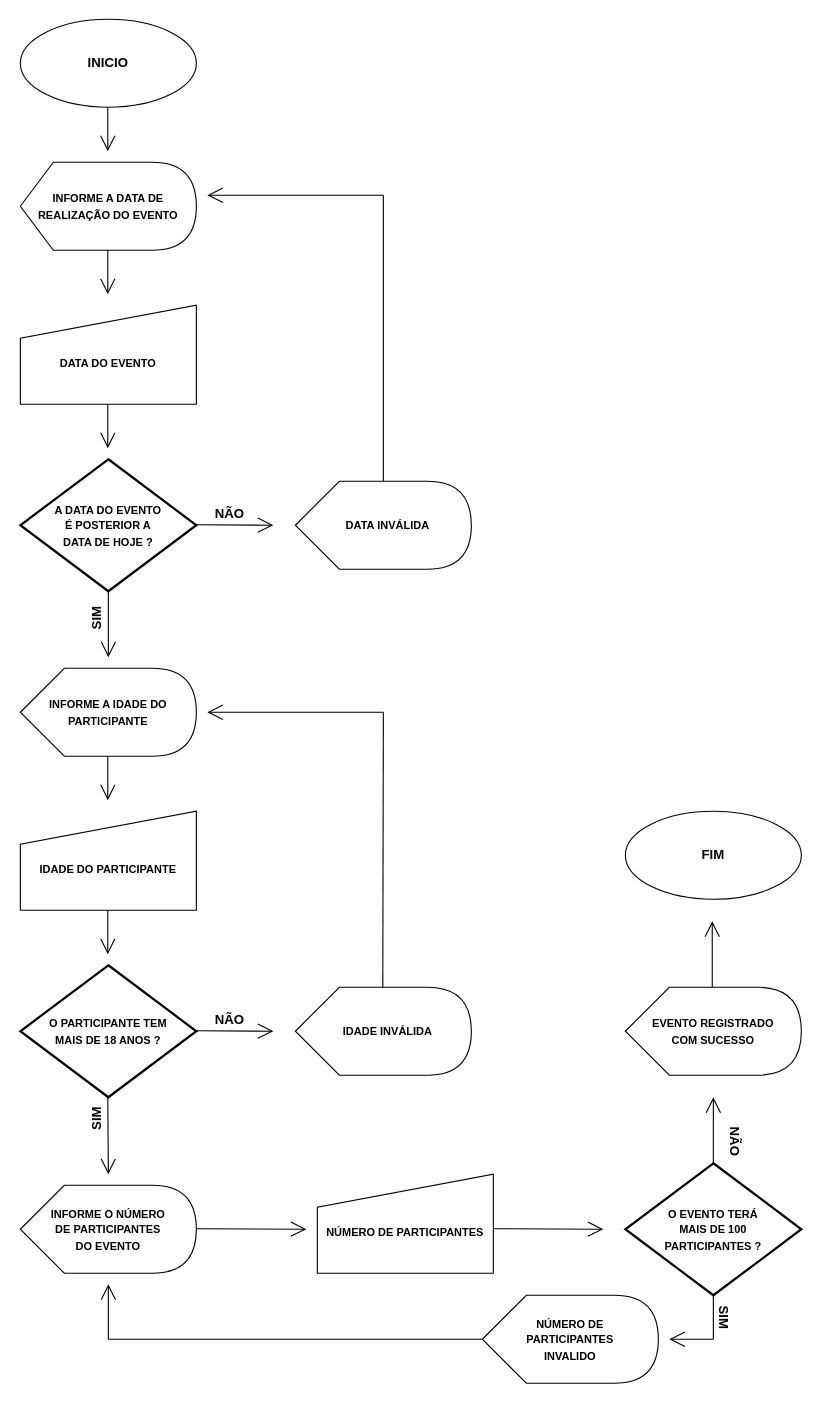
AndreDantasss/Exemplo1 keeps this draw.io diagram as Untitled Diagram.drawio. Above is the earlier version. Source tidied: cells renumbered, new cells numbered last; positions are measured from the earlier drawing's top-left corner, leaving out a move shared by most shapes. Both pictures are drawn from the tidied source at 110%, with x=0, y=0 at pixel (20, 19).
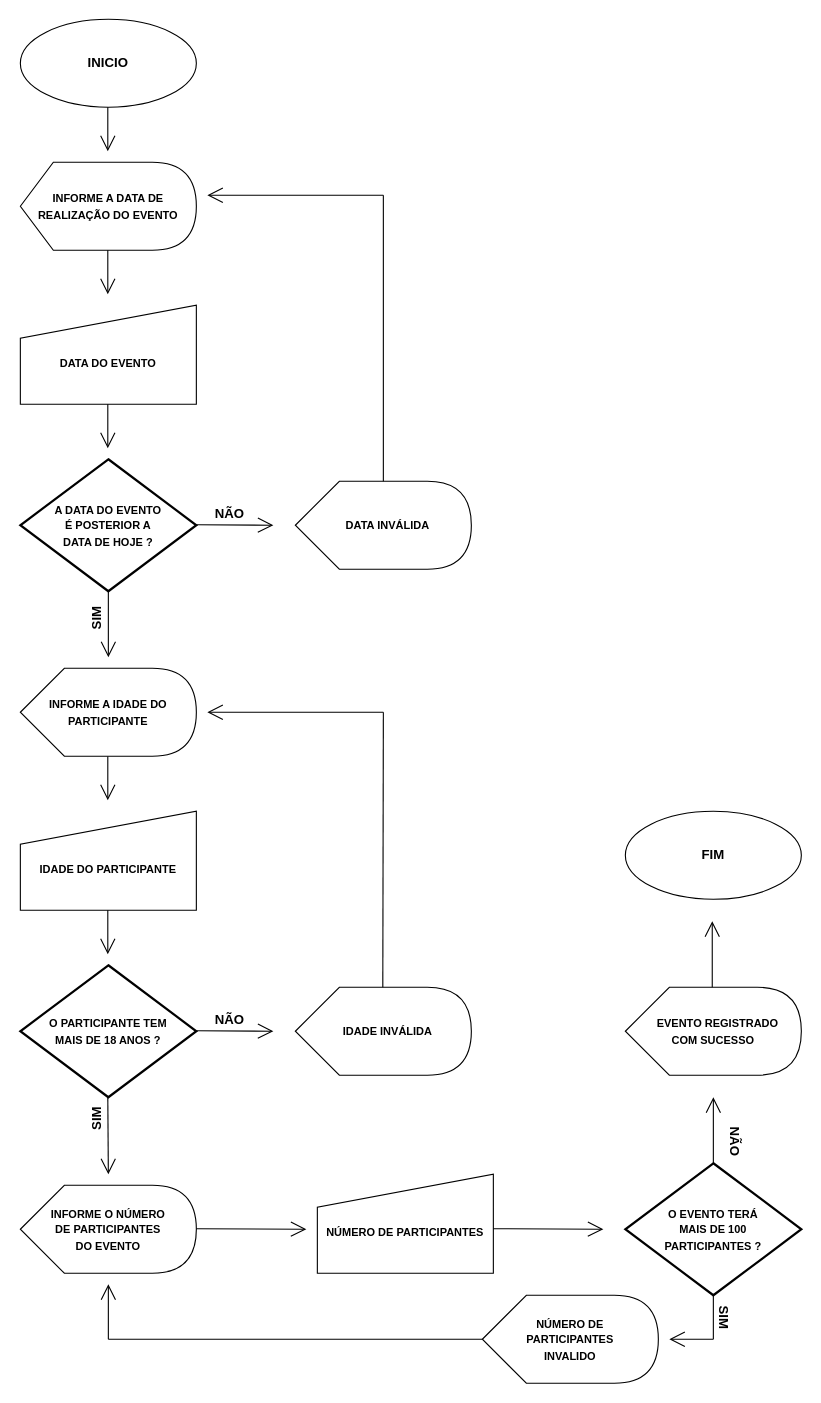
The same diagram, later.

What changed in the source:
```diff
@@
-    <mxCell id="41" value="&lt;b&gt;&lt;font style=&quot;font-size: 10px&quot;&gt;EVENTO REGISTRADO &lt;br&gt;COM SUCESSO&lt;/font&gt;&lt;/b&gt;" style="shape=display;whiteSpace=wrap;html=1;align=center;" parent="1" vertex="1">
+    <mxCell id="41" value="&lt;b&gt;&lt;font style=&quot;font-size: 10px&quot;&gt;&amp;nbsp; &amp;nbsp;EVENTO REGISTRADO &lt;br&gt;COM SUCESSO&lt;/font&gt;&lt;/b&gt;" style="shape=display;whiteSpace=wrap;html=1;align=center;" parent="1" vertex="1">
       <mxGeometry x="550" y="880" width="160" height="80" as="geometry" />
     </mxCell>
```
